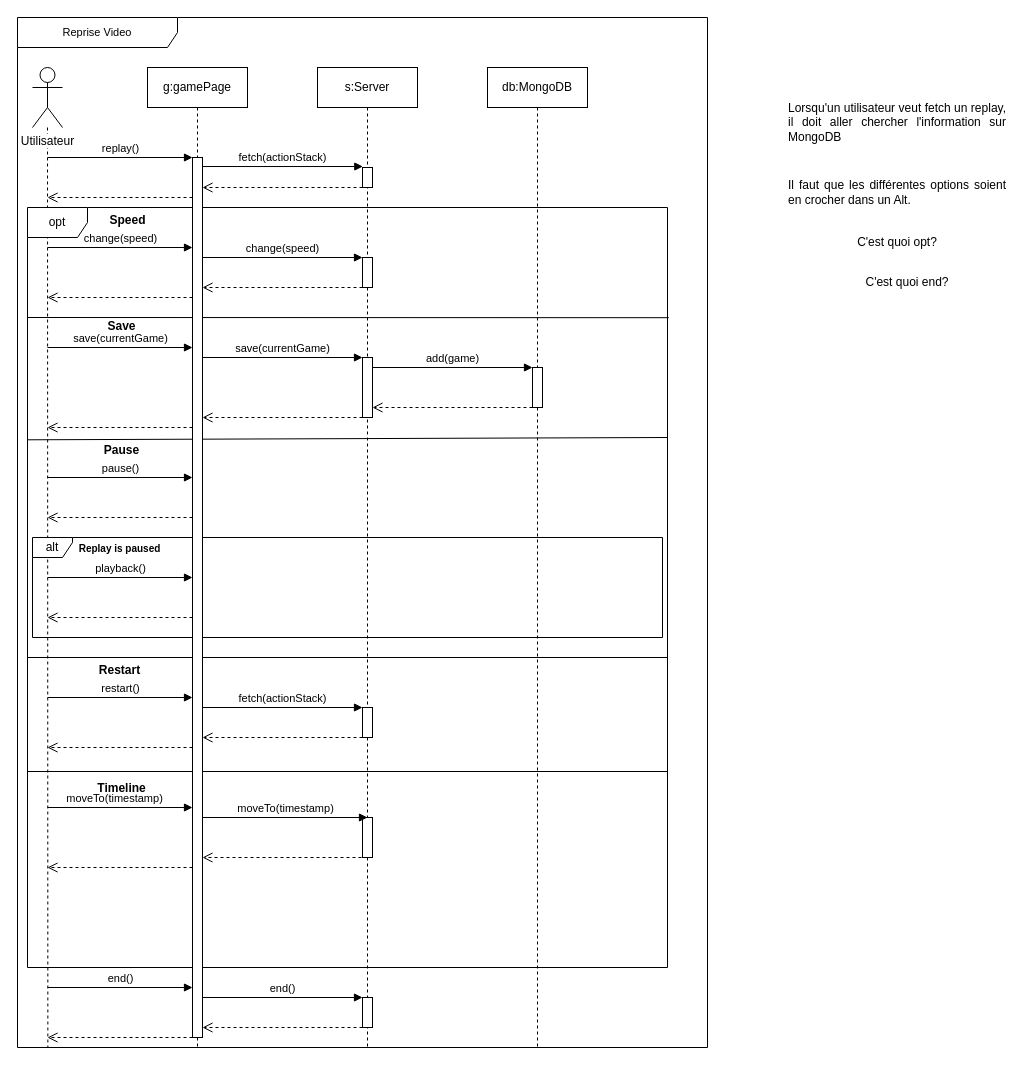
This is page "diagramme_seq_reprise_video" (4 of 9) of doc/diagrammes.drawio from margielamob/Cherches-Trouves-Gagnes, a draw.io file, before an edit. Source tidied: cells renumbered, new cells numbered last; positions are measured from the earlier drawing's top-left corner, leaving out a move shared by most shapes. Both pictures are drawn from the tidied source at 100%, with x=0, y=0 at pixel (17, 17).
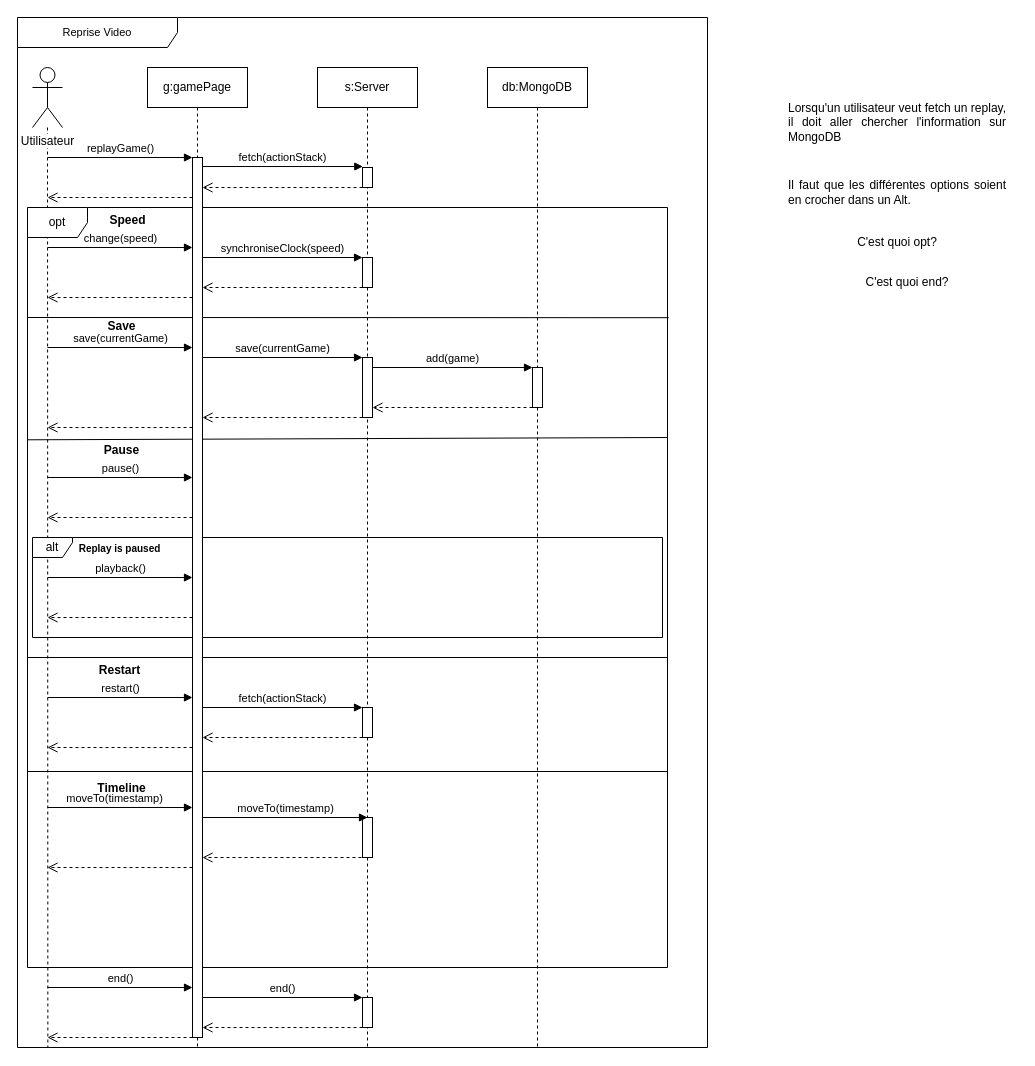
After the change.

Unchanged cells that the change refers to:
```xml
<mxCell id="2" value="Reprise Video" style="shape=umlFrame;whiteSpace=wrap;html=1;width=160;fontSize=11;" parent="1" vertex="1">
  <mxGeometry width="690" height="1030" as="geometry" />
</mxCell>
<mxCell id="11" value="g:gamePage" style="shape=umlLifeline;perimeter=lifelinePerimeter;whiteSpace=wrap;html=1;newEdgeStyle={&quot;edgeStyle&quot;:&quot;elbowEdgeStyle&quot;,&quot;elbow&quot;:&quot;vertical&quot;,&quot;curved&quot;:0,&quot;rounded&quot;:0};" parent="2" vertex="1">
  <mxGeometry x="130" y="50" width="100" height="980" as="geometry" />
</mxCell>
<mxCell id="21" style="html=1;points=[[0,0,0,0,5],[0,1,0,0,-5],[1,0,0,0,5],[1,1,0,0,-5]];perimeter=orthogonalPerimeter;outlineConnect=0;targetShapes=umlLifeline;portConstraint=eastwest;newEdgeStyle={&quot;curved&quot;:0,&quot;rounded&quot;:0};" parent="11" vertex="1">
  <mxGeometry x="45" y="90" width="10" height="880" as="geometry" />
</mxCell>
```

Diff of the diagram source:
```diff
@@
-    <mxCell id="12" value="replay()" style="html=1;verticalAlign=bottom;endArrow=block;curved=0;rounded=0;" parent="11" edge="1" target="21">
+    <mxCell id="12" value="replayGame()" style="html=1;verticalAlign=bottom;endArrow=block;curved=0;rounded=0;" parent="11" edge="1" target="21">
       <mxGeometry relative="1" as="geometry">
         <mxPoint x="-100" y="90" as="sourcePoint" />
       </mxGeometry>
     </mxCell>
@@
-    <mxCell id="32" value="change(speed)" style="html=1;verticalAlign=bottom;endArrow=block;curved=0;rounded=0;entryX=0;entryY=0;entryDx=0;entryDy=5;" parent="2" edge="1">
+    <mxCell id="32" value="synchroniseClock(speed)" style="html=1;verticalAlign=bottom;endArrow=block;curved=0;rounded=0;entryX=0;entryY=0;entryDx=0;entryDy=5;" parent="2" edge="1">
       <mxGeometry relative="1" as="geometry">
         <mxPoint x="185" y="240" as="sourcePoint" />
         <mxPoint x="345" y="240" as="targetPoint" />
       </mxGeometry>
     </mxCell>
```
